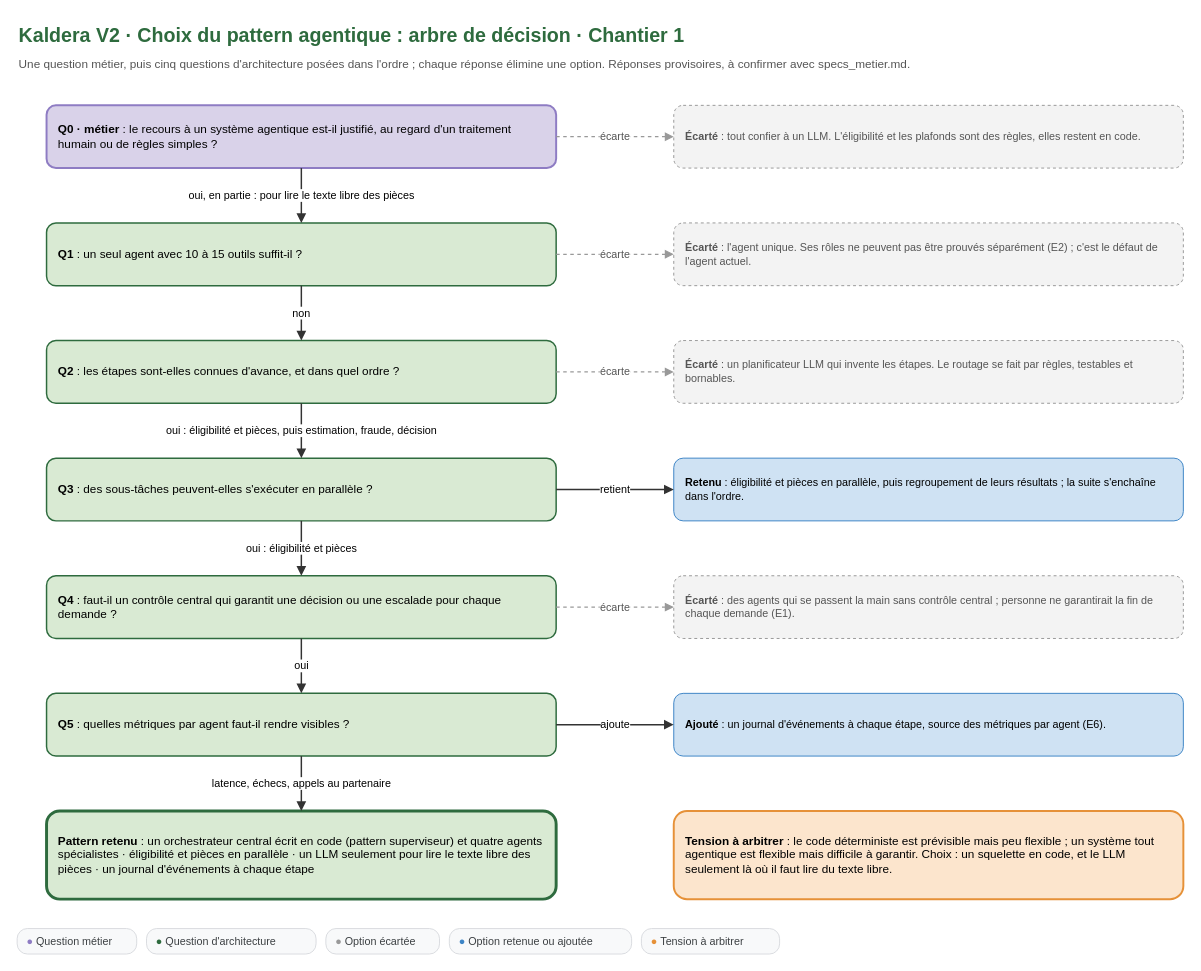
Earlier version of the draw.io diagram schemas/schema-0-arbre-de-decision.drawio (Ganda15/kaldera-v2-conception). Source tidied: cells renumbered, new cells numbered last; positions are measured from the earlier drawing's top-left corner, leaving out a move shared by most shapes. Both pictures are drawn from the tidied source at 98%, with x=0, y=0 at pixel (17, 17).
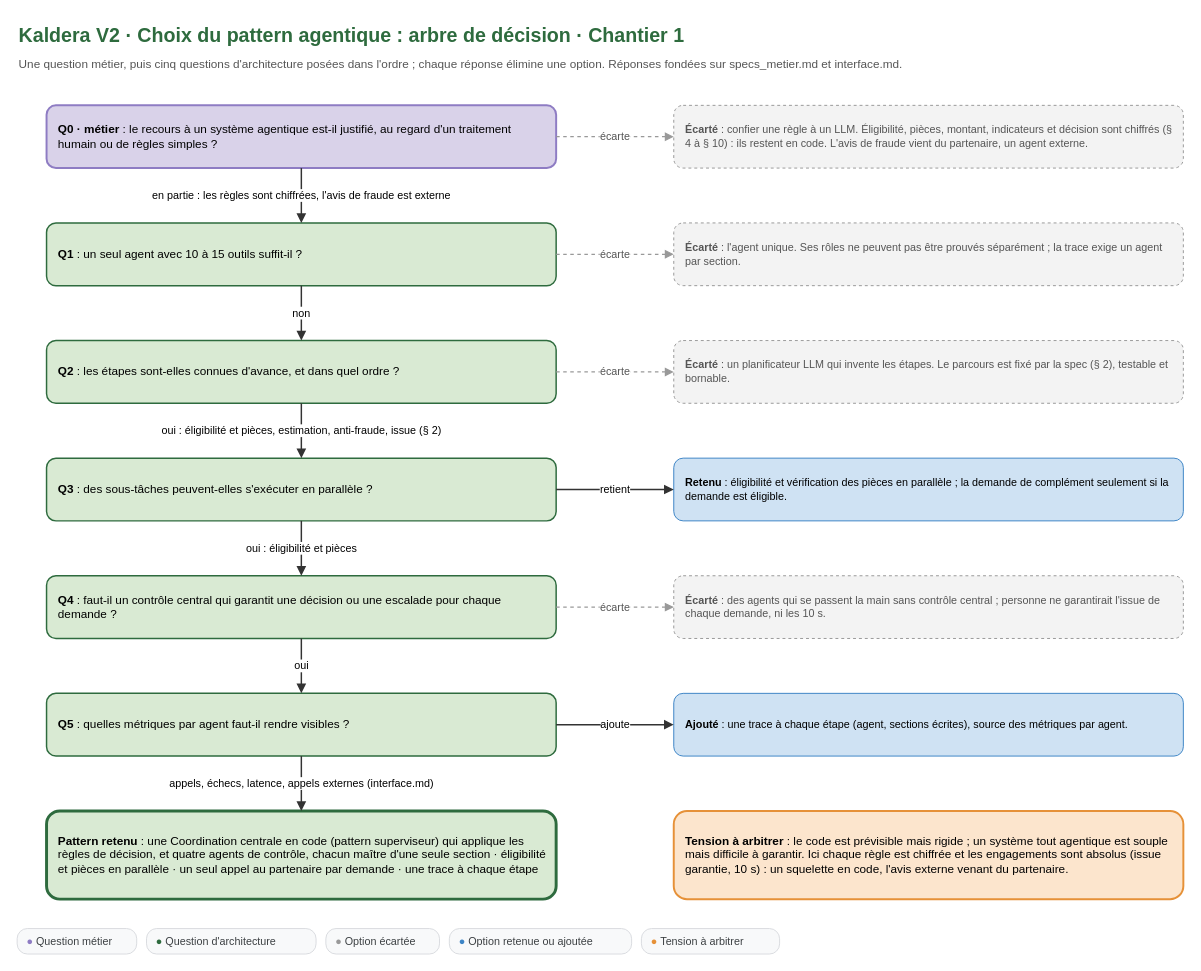
Above is the later version.

The change refers to these unchanged cells:
```xml
<mxCell id="4" value="&lt;b&gt;Q0 · métier&lt;/b&gt; : le recours à un système agentique est-il justifié, au regard d'un traitement humain ou de règles simples ?" style="whiteSpace=wrap;html=1;fontFamily=Arial;fontSize=12;align=left;spacingLeft=10;spacingRight=8;verticalAlign=top;spacingTop=6;verticalAlign=middle;spacingTop=0;rounded=1;fillColor=#d9d2e9;strokeColor=#8e7cc3;strokeWidth=2;" parent="1" vertex="1">
  <mxGeometry x="30" y="90" width="520" height="64" as="geometry" />
</mxCell>
<mxCell id="7" value="&lt;b&gt;Q1&lt;/b&gt; : un seul agent avec 10 à 15 outils suffit-il ?" style="whiteSpace=wrap;html=1;fontFamily=Arial;fontSize=12;align=left;spacingLeft=10;spacingRight=8;verticalAlign=top;spacingTop=6;verticalAlign=middle;spacingTop=0;rounded=1;fillColor=#d9ead3;strokeColor=#2E6B3E;strokeWidth=1.5;" parent="1" vertex="1">
  <mxGeometry x="30" y="210" width="520" height="64" as="geometry" />
</mxCell>
<mxCell id="10" value="&lt;b&gt;Q2&lt;/b&gt; : les étapes sont-elles connues d'avance, et dans quel ordre ?" style="whiteSpace=wrap;html=1;fontFamily=Arial;fontSize=12;align=left;spacingLeft=10;spacingRight=8;verticalAlign=top;spacingTop=6;verticalAlign=middle;spacingTop=0;rounded=1;fillColor=#d9ead3;strokeColor=#2E6B3E;strokeWidth=1.5;" parent="1" vertex="1">
  <mxGeometry x="30" y="330" width="520" height="64" as="geometry" />
</mxCell>
<mxCell id="13" value="&lt;b&gt;Q3&lt;/b&gt; : des sous-tâches peuvent-elles s'exécuter en parallèle ?" style="whiteSpace=wrap;html=1;fontFamily=Arial;fontSize=12;align=left;spacingLeft=10;spacingRight=8;verticalAlign=top;spacingTop=6;verticalAlign=middle;spacingTop=0;rounded=1;fillColor=#d9ead3;strokeColor=#2E6B3E;strokeWidth=1.5;" parent="1" vertex="1">
  <mxGeometry x="30" y="450" width="520" height="64" as="geometry" />
</mxCell>
<mxCell id="19" value="&lt;b&gt;Q5&lt;/b&gt; : quelles métriques par agent faut-il rendre visibles ?" style="whiteSpace=wrap;html=1;fontFamily=Arial;fontSize=12;align=left;spacingLeft=10;spacingRight=8;verticalAlign=top;spacingTop=6;verticalAlign=middle;spacingTop=0;rounded=1;fillColor=#d9ead3;strokeColor=#2E6B3E;strokeWidth=1.5;" parent="1" vertex="1">
  <mxGeometry x="30" y="690" width="520" height="64" as="geometry" />
</mxCell>
```

The edit, as a diff of the source:
```diff
@@
-    <mxCell id="3" value="Une question métier, puis cinq questions d'architecture posées dans l'ordre ; chaque réponse élimine une option. Réponses provisoires, à confirmer avec specs_metier.md." style="text;html=1;fontFamily=Arial;fontSize=12;fontColor=#555555;align=left;verticalAlign=top;whiteSpace=wrap;" parent="1" vertex="1">
+    <mxCell id="3" value="Une question métier, puis cinq questions d'architecture posées dans l'ordre ; chaque réponse élimine une option. Réponses fondées sur specs_metier.md et interface.md." style="text;html=1;fontFamily=Arial;fontSize=12;fontColor=#555555;align=left;verticalAlign=top;whiteSpace=wrap;" parent="1" vertex="1">
       <mxGeometry y="34" width="1180" height="22" as="geometry" />
     </mxCell>
@@
-    <mxCell id="5" value="&lt;b&gt;Écarté&lt;/b&gt; : tout confier à un LLM. L'éligibilité et les plafonds sont des règles, elles restent en code." style="whiteSpace=wrap;html=1;fontFamily=Arial;fontSize=12;align=left;spacingLeft=10;spacingRight=8;verticalAlign=top;spacingTop=6;verticalAlign=middle;spacingTop=0;rounded=1;fillColor=#f3f3f3;strokeColor=#999999;dashed=1;fontColor=#555555;fontSize=11;" parent="1" vertex="1">
+    <mxCell id="5" value="&lt;b&gt;Écarté&lt;/b&gt; : confier une règle à un LLM. Éligibilité, pièces, montant, indicateurs et décision sont chiffrés (§ 4 à § 10) : ils restent en code. L'avis de fraude vient du partenaire, un agent externe." style="whiteSpace=wrap;html=1;fontFamily=Arial;fontSize=12;align=left;spacingLeft=10;spacingRight=8;verticalAlign=top;spacingTop=6;verticalAlign=middle;spacingTop=0;rounded=1;fillColor=#f3f3f3;strokeColor=#999999;dashed=1;fontColor=#555555;fontSize=11;" parent="1" vertex="1">
       <mxGeometry x="670" y="90" width="520" height="64" as="geometry" />
     </mxCell>
@@
-    <mxCell id="8" value="&lt;b&gt;Écarté&lt;/b&gt; : l'agent unique. Ses rôles ne peuvent pas être prouvés séparément (E2) ; c'est le défaut de l'agent actuel." style="whiteSpace=wrap;html=1;fontFamily=Arial;fontSize=12;align=left;spacingLeft=10;spacingRight=8;verticalAlign=top;spacingTop=6;verticalAlign=middle;spacingTop=0;rounded=1;fillColor=#f3f3f3;strokeColor=#999999;dashed=1;fontColor=#555555;fontSize=11;" parent="1" vertex="1">
+    <mxCell id="8" value="&lt;b&gt;Écarté&lt;/b&gt; : l'agent unique. Ses rôles ne peuvent pas être prouvés séparément ; la trace exige un agent par section." style="whiteSpace=wrap;html=1;fontFamily=Arial;fontSize=12;align=left;spacingLeft=10;spacingRight=8;verticalAlign=top;spacingTop=6;verticalAlign=middle;spacingTop=0;rounded=1;fillColor=#f3f3f3;strokeColor=#999999;dashed=1;fontColor=#555555;fontSize=11;" parent="1" vertex="1">
       <mxGeometry x="670" y="210" width="520" height="64" as="geometry" />
     </mxCell>
@@
-    <mxCell id="11" value="&lt;b&gt;Écarté&lt;/b&gt; : un planificateur LLM qui invente les étapes. Le routage se fait par règles, testables et bornables." style="whiteSpace=wrap;html=1;fontFamily=Arial;fontSize=12;align=left;spacingLeft=10;spacingRight=8;verticalAlign=top;spacingTop=6;verticalAlign=middle;spacingTop=0;rounded=1;fillColor=#f3f3f3;strokeColor=#999999;dashed=1;fontColor=#555555;fontSize=11;" parent="1" vertex="1">
+    <mxCell id="11" value="&lt;b&gt;Écarté&lt;/b&gt; : un planificateur LLM qui invente les étapes. Le parcours est fixé par la spec (§ 2), testable et bornable." style="whiteSpace=wrap;html=1;fontFamily=Arial;fontSize=12;align=left;spacingLeft=10;spacingRight=8;verticalAlign=top;spacingTop=6;verticalAlign=middle;spacingTop=0;rounded=1;fillColor=#f3f3f3;strokeColor=#999999;dashed=1;fontColor=#555555;fontSize=11;" parent="1" vertex="1">
       <mxGeometry x="670" y="330" width="520" height="64" as="geometry" />
     </mxCell>
@@
-    <mxCell id="14" value="&lt;b&gt;Retenu&lt;/b&gt; : éligibilité et pièces en parallèle, puis regroupement de leurs résultats ; la suite s'enchaîne dans l'ordre." style="whiteSpace=wrap;html=1;fontFamily=Arial;fontSize=12;align=left;spacingLeft=10;spacingRight=8;verticalAlign=top;spacingTop=6;verticalAlign=middle;spacingTop=0;rounded=1;fillColor=#cfe2f3;strokeColor=#3d85c6;fontSize=11;" parent="1" vertex="1">
+    <mxCell id="14" value="&lt;b&gt;Retenu&lt;/b&gt; : éligibilité et vérification des pièces en parallèle ; la demande de complément seulement si la demande est éligible." style="whiteSpace=wrap;html=1;fontFamily=Arial;fontSize=12;align=left;spacingLeft=10;spacingRight=8;verticalAlign=top;spacingTop=6;verticalAlign=middle;spacingTop=0;rounded=1;fillColor=#cfe2f3;strokeColor=#3d85c6;fontSize=11;" parent="1" vertex="1">
       <mxGeometry x="670" y="450" width="520" height="64" as="geometry" />
     </mxCell>
@@
-    <mxCell id="17" value="&lt;b&gt;Écarté&lt;/b&gt; : des agents qui se passent la main sans contrôle central ; personne ne garantirait la fin de chaque demande (E1)." style="whiteSpace=wrap;html=1;fontFamily=Arial;fontSize=12;align=left;spacingLeft=10;spacingRight=8;verticalAlign=top;spacingTop=6;verticalAlign=middle;spacingTop=0;rounded=1;fillColor=#f3f3f3;strokeColor=#999999;dashed=1;fontColor=#555555;fontSize=11;" parent="1" vertex="1">
+    <mxCell id="17" value="&lt;b&gt;Écarté&lt;/b&gt; : des agents qui se passent la main sans contrôle central ; personne ne garantirait l'issue de chaque demande, ni les 10 s." style="whiteSpace=wrap;html=1;fontFamily=Arial;fontSize=12;align=left;spacingLeft=10;spacingRight=8;verticalAlign=top;spacingTop=6;verticalAlign=middle;spacingTop=0;rounded=1;fillColor=#f3f3f3;strokeColor=#999999;dashed=1;fontColor=#555555;fontSize=11;" parent="1" vertex="1">
       <mxGeometry x="670" y="570" width="520" height="64" as="geometry" />
     </mxCell>
@@
-    <mxCell id="20" value="&lt;b&gt;Ajouté&lt;/b&gt; : un journal d'événements à chaque étape, source des métriques par agent (E6)." style="whiteSpace=wrap;html=1;fontFamily=Arial;fontSize=12;align=left;spacingLeft=10;spacingRight=8;verticalAlign=top;spacingTop=6;verticalAlign=middle;spacingTop=0;rounded=1;fillColor=#cfe2f3;strokeColor=#3d85c6;fontSize=11;" parent="1" vertex="1">
+    <mxCell id="20" value="&lt;b&gt;Ajouté&lt;/b&gt; : une trace à chaque étape (agent, sections écrites), source des métriques par agent." style="whiteSpace=wrap;html=1;fontFamily=Arial;fontSize=12;align=left;spacingLeft=10;spacingRight=8;verticalAlign=top;spacingTop=6;verticalAlign=middle;spacingTop=0;rounded=1;fillColor=#cfe2f3;strokeColor=#3d85c6;fontSize=11;" parent="1" vertex="1">
       <mxGeometry x="670" y="690" width="520" height="64" as="geometry" />
     </mxCell>
@@
-    <mxCell id="22" value="&lt;b&gt;Pattern retenu&lt;/b&gt; : un orchestrateur central écrit en code (pattern superviseur) et quatre agents spécialistes · éligibilité et pièces en parallèle · un LLM seulement pour lire le texte libre des pièces · un journal d'événements à chaque étape" style="whiteSpace=wrap;html=1;fontFamily=Arial;fontSize=12;align=left;spacingLeft=10;spacingRight=8;verticalAlign=top;spacingTop=6;verticalAlign=middle;spacingTop=0;rounded=1;fillColor=#d9ead3;strokeColor=#2E6B3E;strokeWidth=3;" parent="1" vertex="1">
+    <mxCell id="22" value="&lt;b&gt;Pattern retenu&lt;/b&gt; : une Coordination centrale en code (pattern superviseur) qui applique les règles de décision, et quatre agents de contrôle, chacun maître d'une seule section · éligibilité et pièces en parallèle · un seul appel au partenaire par demande · une trace à chaque étape" style="whiteSpace=wrap;html=1;fontFamily=Arial;fontSize=12;align=left;spacingLeft=10;spacingRight=8;verticalAlign=top;spacingTop=6;verticalAlign=middle;spacingTop=0;rounded=1;fillColor=#d9ead3;strokeColor=#2E6B3E;strokeWidth=3;" parent="1" vertex="1">
       <mxGeometry x="30" y="810" width="520" height="90" as="geometry" />
     </mxCell>
-    <mxCell id="23" value="oui, en partie : pour lire le texte libre des pièces" style="edgeStyle=orthogonalEdgeStyle;rounded=1;html=1;fontFamily=Arial;fontSize=11;labelBackgroundColor=#ffffff;endArrow=block;endFill=1;strokeColor=#333333;strokeWidth=1.5;exitX=0.5;exitY=1;exitDx=0;exitDy=0;entryX=0.5;entryY=0;entryDx=0;entryDy=0;" parent="1" edge="1" source="4" target="7">
+    <mxCell id="23" value="en partie : les règles sont chiffrées, l'avis de fraude est externe" style="edgeStyle=orthogonalEdgeStyle;rounded=1;html=1;fontFamily=Arial;fontSize=11;labelBackgroundColor=#ffffff;endArrow=block;endFill=1;strokeColor=#333333;strokeWidth=1.5;exitX=0.5;exitY=1;exitDx=0;exitDy=0;entryX=0.5;entryY=0;entryDx=0;entryDy=0;" parent="1" edge="1" source="4" target="7">
       <mxGeometry relative="1" as="geometry" />
     </mxCell>
@@
-    <mxCell id="25" value="oui : éligibilité et pièces, puis estimation, fraude, décision" style="edgeStyle=orthogonalEdgeStyle;rounded=1;html=1;fontFamily=Arial;fontSize=11;labelBackgroundColor=#ffffff;endArrow=block;endFill=1;strokeColor=#333333;strokeWidth=1.5;exitX=0.5;exitY=1;exitDx=0;exitDy=0;entryX=0.5;entryY=0;entryDx=0;entryDy=0;" parent="1" edge="1" source="10" target="13">
+    <mxCell id="25" value="oui : éligibilité et pièces, estimation, anti-fraude, issue (§ 2)" style="edgeStyle=orthogonalEdgeStyle;rounded=1;html=1;fontFamily=Arial;fontSize=11;labelBackgroundColor=#ffffff;endArrow=block;endFill=1;strokeColor=#333333;strokeWidth=1.5;exitX=0.5;exitY=1;exitDx=0;exitDy=0;entryX=0.5;entryY=0;entryDx=0;entryDy=0;" parent="1" edge="1" source="10" target="13">
       <mxGeometry relative="1" as="geometry" />
     </mxCell>
@@
-    <mxCell id="28" value="latence, échecs, appels au partenaire" style="edgeStyle=orthogonalEdgeStyle;rounded=1;html=1;fontFamily=Arial;fontSize=11;labelBackgroundColor=#ffffff;endArrow=block;endFill=1;strokeColor=#333333;strokeWidth=1.5;exitX=0.5;exitY=1;exitDx=0;exitDy=0;entryX=0.5;entryY=0;entryDx=0;entryDy=0;" parent="1" edge="1" source="19" target="22">
+    <mxCell id="28" value="appels, échecs, latence, appels externes (interface.md)" style="edgeStyle=orthogonalEdgeStyle;rounded=1;html=1;fontFamily=Arial;fontSize=11;labelBackgroundColor=#ffffff;endArrow=block;endFill=1;strokeColor=#333333;strokeWidth=1.5;exitX=0.5;exitY=1;exitDx=0;exitDy=0;entryX=0.5;entryY=0;entryDx=0;entryDy=0;" parent="1" edge="1" source="19" target="22">
       <mxGeometry relative="1" as="geometry" />
     </mxCell>
-    <mxCell id="29" value="&lt;b&gt;Tension à arbitrer&lt;/b&gt; : le code déterministe est prévisible mais peu flexible ; un système tout agentique est flexible mais difficile à garantir. Choix : un squelette en code, et le LLM seulement là où il faut lire du texte libre." style="whiteSpace=wrap;html=1;fontFamily=Arial;fontSize=12;align=left;spacingLeft=10;spacingRight=8;verticalAlign=top;spacingTop=6;rounded=1;fillColor=#fce5cd;strokeColor=#e69138;strokeWidth=2;verticalAlign=middle;spacingTop=0;" parent="1" vertex="1">
+    <mxCell id="29" value="&lt;b&gt;Tension à arbitrer&lt;/b&gt; : le code est prévisible mais rigide ; un système tout agentique est souple mais difficile à garantir. Ici chaque règle est chiffrée et les engagements sont absolus (issue garantie, 10 s) : un squelette en code, l'avis externe venant du partenaire." style="whiteSpace=wrap;html=1;fontFamily=Arial;fontSize=12;align=left;spacingLeft=10;spacingRight=8;verticalAlign=top;spacingTop=6;rounded=1;fillColor=#fce5cd;strokeColor=#e69138;strokeWidth=2;verticalAlign=middle;spacingTop=0;" parent="1" vertex="1">
       <mxGeometry x="670" y="810" width="520" height="90" as="geometry" />
     </mxCell>
```
